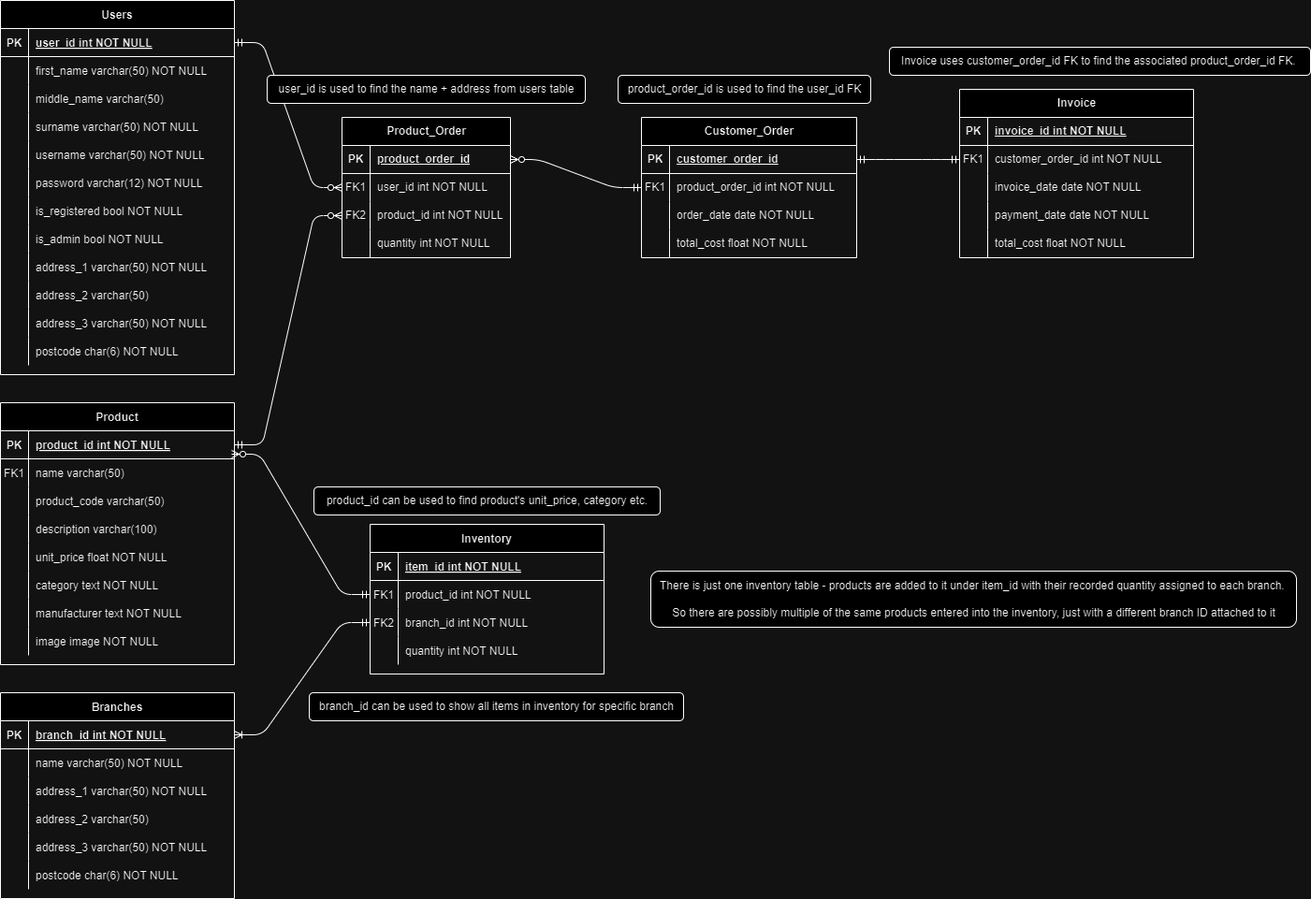
The draw.io diagram ERD Diagram/Entity Relationship Diagram.png in Vani0904/Team-Project-Inventory-System, before a commit. Source tidied: cells renumbered, new cells last; positions are measured from the earlier drawing's top-left corner, leaving out a move shared by most shapes.
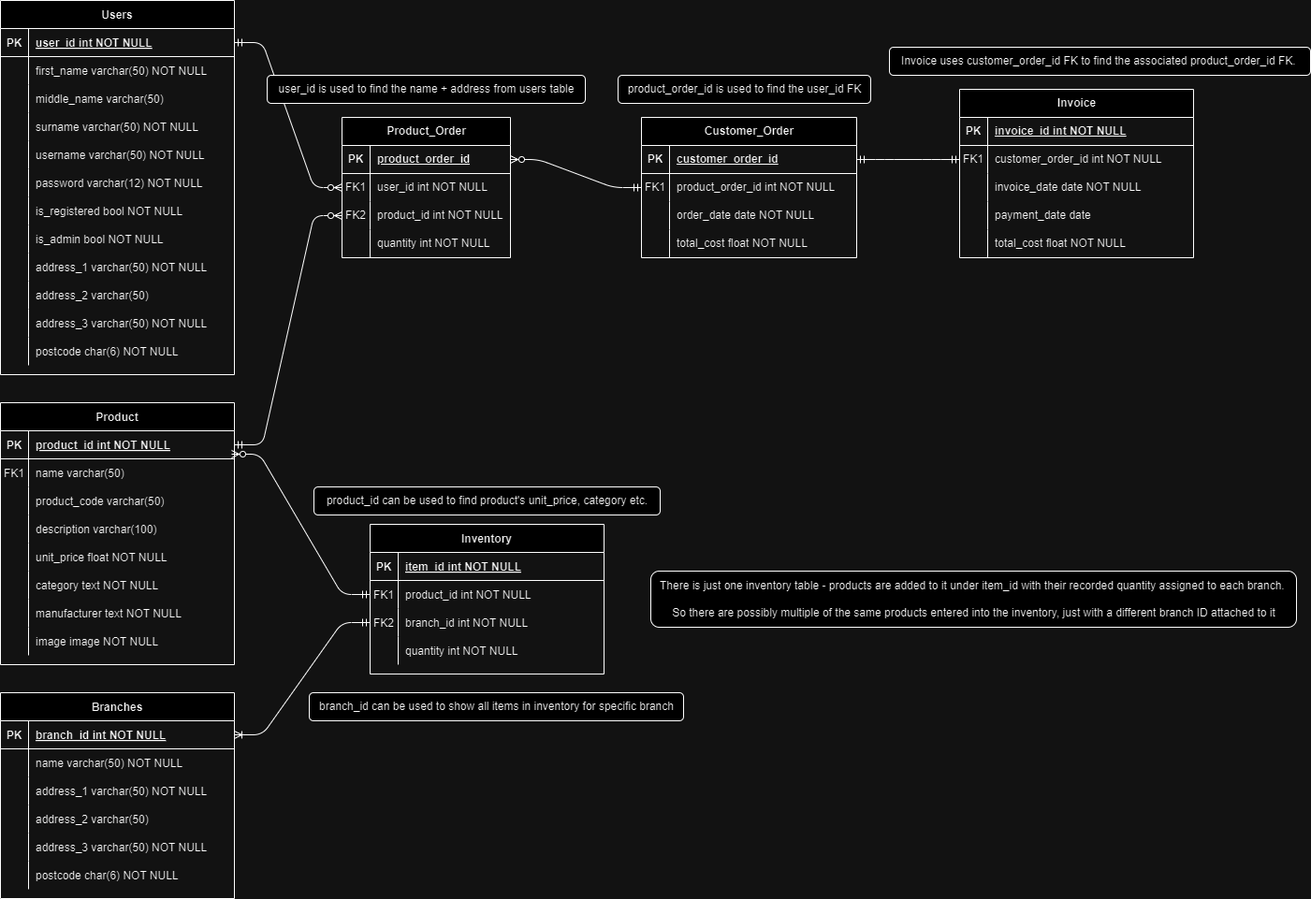
After the commit.

Commit message:
Updated ERD (invoice payment date can be NULL)

The edit, as a diff of the source:
```diff
@@ -266,7 +266,7 @@
     <mxCell id="89" style="shape=partialRectangle;fillColor=none;top=0;left=0;bottom=0;right=0;overflow=hidden;whiteSpace=wrap;html=1;" parent="88" vertex="1">
       <mxGeometry width="30" height="30" as="geometry" />
     </mxCell>
-    <mxCell id="90" value="payment_date date NOT NULL" style="shape=partialRectangle;fillColor=none;top=0;left=0;bottom=0;right=0;align=left;spacingLeft=6;overflow=hidden;whiteSpace=wrap;html=1;" parent="88" vertex="1">
+    <mxCell id="90" value="payment_date date" style="shape=partialRectangle;fillColor=none;top=0;left=0;bottom=0;right=0;align=left;spacingLeft=6;overflow=hidden;whiteSpace=wrap;html=1;" parent="88" vertex="1">
       <mxGeometry x="30" width="220" height="30" as="geometry" />
     </mxCell>
     <mxCell id="91" style="shape=tableRow;horizontal=0;startSize=0;swimlaneHead=0;swimlaneBody=0;fillColor=none;top=0;left=0;right=0;bottom=0;" parent="78" vertex="1">
```
